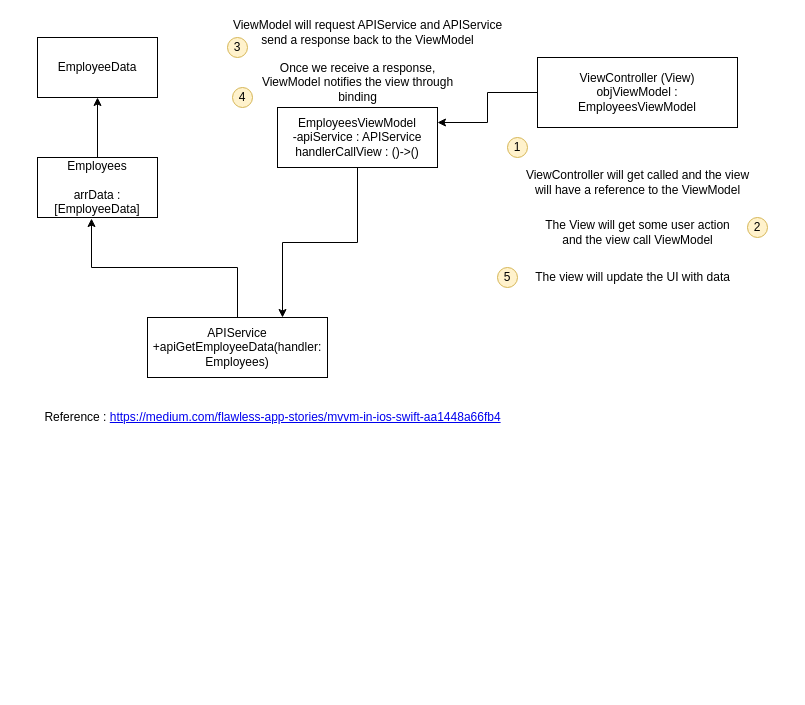
The draw.io diagram sketch/MVVM_IOS_API.drawio in viktorHbenitez/MEDIUM_MMV_TABLEVIEW, before the edit. Source tidied: cells renumbered, new cells numbered last; positions are measured from the earlier drawing's top-left corner, leaving out a move shared by most shapes. Both pictures are drawn from the tidied source at 100%, with x=0, y=0 at pixel (37, 17).
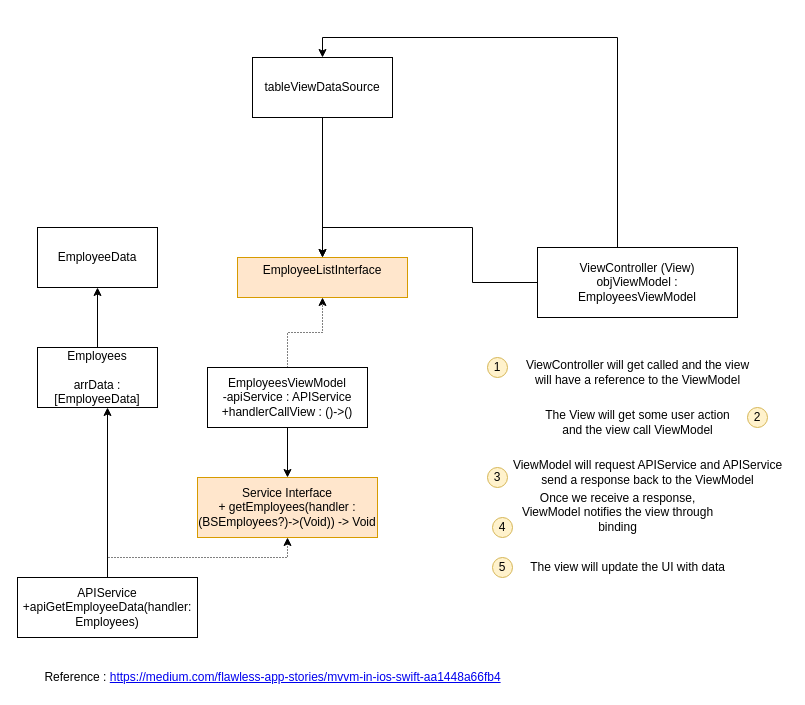
Above is the later version.

Change to the diagram source:
```diff
@@
     <mxCell id="3" value="Employees&lt;br&gt;&lt;br&gt;arrData : [EmployeeData]" style="whiteSpace=wrap;html=1;" parent="1" vertex="1">
-      <mxGeometry y="140" width="120" height="60" as="geometry" />
+      <mxGeometry y="330" width="120" height="60" as="geometry" />
     </mxCell>
     <mxCell id="4" value="EmployeeData" style="whiteSpace=wrap;html=1;" parent="1" vertex="1">
-      <mxGeometry y="20" width="120" height="60" as="geometry" />
+      <mxGeometry y="210" width="120" height="60" as="geometry" />
     </mxCell>
-    <mxCell id="5" style="edgeStyle=orthogonalEdgeStyle;rounded=0;jettySize=auto;html=1;entryX=0.75;entryY=0;entryDx=0;entryDy=0;" parent="1" edge="1" source="6" target="8">
-      <mxGeometry relative="1" as="geometry" />
-    </mxCell>
+    <mxCell id="22" style="edgeStyle=orthogonalEdgeStyle;rounded=0;jettySize=auto;html=1;" parent="1" edge="1" source="6" target="26">
+      <mxGeometry relative="1" as="geometry" />
+    </mxCell>
+    <mxCell id="23" style="edgeStyle=orthogonalEdgeStyle;rounded=0;jettySize=auto;html=1;dashed=1;dashPattern=1 2;" parent="1" edge="1" source="6" target="27">
+      <mxGeometry relative="1" as="geometry" />
+    </mxCell>
-    <mxCell id="6" value="EmployeesViewModel&lt;br&gt;-apiService : APIService&lt;br&gt;handlerCallView : ()-&amp;gt;()" style="whiteSpace=wrap;html=1;" parent="1" vertex="1">
-      <mxGeometry x="240" y="90" width="160" height="60" as="geometry" />
+    <mxCell id="6" value="EmployeesViewModel&lt;br&gt;-apiService : APIService&lt;br&gt;+handlerCallView : ()-&amp;gt;()" style="whiteSpace=wrap;html=1;" parent="1" vertex="1">
+      <mxGeometry x="170" y="350" width="160" height="60" as="geometry" />
     </mxCell>
+    <mxCell id="24" style="edgeStyle=orthogonalEdgeStyle;rounded=0;jettySize=auto;html=1;entryX=0.5;entryY=1;entryDx=0;entryDy=0;dashed=1;dashPattern=1 2;" parent="1" edge="1" source="8" target="26">
+      <mxGeometry relative="1" as="geometry" />
+    </mxCell>
-    <mxCell id="7" style="edgeStyle=orthogonalEdgeStyle;rounded=0;jettySize=auto;html=1;entryX=0.45;entryY=1.017;entryDx=0;entryDy=0;entryPerimeter=0;" parent="1" edge="1" source="8" target="3">
-      <mxGeometry relative="1" as="geometry" />
+    <mxCell id="7" style="edgeStyle=orthogonalEdgeStyle;rounded=0;jettySize=auto;html=1;" parent="1" edge="1" source="8" target="3">
+      <mxGeometry relative="1" as="geometry">
+        <Array as="points">
+          <mxPoint x="60" y="590" />
+        </Array>
+      </mxGeometry>
     </mxCell>
     <mxCell id="8" value="APIService&lt;br&gt;+apiGetEmployeeData(handler: Employees)" style="whiteSpace=wrap;html=1;" parent="1" vertex="1">
-      <mxGeometry x="110" y="300" width="180" height="60" as="geometry" />
+      <mxGeometry x="-20" y="560" width="180" height="60" as="geometry" />
     </mxCell>
-    <mxCell id="9" style="edgeStyle=orthogonalEdgeStyle;rounded=0;jettySize=auto;html=1;entryX=1;entryY=0.25;entryDx=0;entryDy=0;" parent="1" edge="1" source="10" target="6">
+    <mxCell id="9" style="edgeStyle=orthogonalEdgeStyle;rounded=0;jettySize=auto;html=1;entryX=0.5;entryY=0;entryDx=0;entryDy=0;" parent="1" edge="1" source="10" target="27">
       <mxGeometry relative="1" as="geometry" />
     </mxCell>
+    <mxCell id="25" style="edgeStyle=orthogonalEdgeStyle;rounded=0;jettySize=auto;html=1;entryX=0.5;entryY=0;entryDx=0;entryDy=0;" parent="1" edge="1" source="10" target="29">
+      <mxGeometry relative="1" as="geometry">
+        <Array as="points">
+          <mxPoint x="580" y="20" />
+          <mxPoint x="285" y="20" />
+        </Array>
+      </mxGeometry>
+    </mxCell>
     <mxCell id="10" value="ViewController (View)&lt;br&gt;objViewModel : EmployeesViewModel" style="whiteSpace=wrap;html=1;" parent="1" vertex="1">
-      <mxGeometry x="500" y="40" width="200" height="70" as="geometry" />
+      <mxGeometry x="500" y="230" width="200" height="70" as="geometry" />
     </mxCell>
     <mxCell id="11" value="ViewController will get called and the view &lt;br&gt;will have a reference to the ViewModel" style="text;html=1;align=center;verticalAlign=middle;" parent="1" vertex="1">
-      <mxGeometry x="480" y="150" width="240" height="30" as="geometry" />
+      <mxGeometry x="480" y="340" width="240" height="30" as="geometry" />
     </mxCell>
     <mxCell id="12" value="The View will get some user action &lt;br&gt;and the view call ViewModel" style="text;html=1;align=center;verticalAlign=middle;" parent="1" vertex="1">
-      <mxGeometry x="500" y="200" width="200" height="30" as="geometry" />
+      <mxGeometry x="500" y="390" width="200" height="30" as="geometry" />
     </mxCell>
     <mxCell id="13" value="ViewModel will request APIService and APIService &lt;br&gt;send a response back to the ViewModel" style="text;html=1;align=center;verticalAlign=middle;" parent="1" vertex="1">
-      <mxGeometry x="190" width="280" height="30" as="geometry" />
+      <mxGeometry x="470" y="440" width="280" height="30" as="geometry" />
     </mxCell>
     <mxCell id="14" value="Once we receive a response,&lt;br&gt;ViewModel notifies the view through&lt;br&gt;binding" style="text;html=1;align=center;verticalAlign=middle;" parent="1" vertex="1">
-      <mxGeometry x="215" y="40" width="210" height="50" as="geometry" />
+      <mxGeometry x="475" y="470" width="210" height="50" as="geometry" />
     </mxCell>
     <mxCell id="15" value="The view will update the UI with data" style="text;html=1;align=center;verticalAlign=middle;" parent="1" vertex="1">
-      <mxGeometry x="490" y="250" width="210" height="20" as="geometry" />
+      <mxGeometry x="485" y="540" width="210" height="20" as="geometry" />
     </mxCell>
     <mxCell id="16" value="1" style="ellipse;whiteSpace=wrap;html=1;fillColor=#fff2cc;strokeColor=#d6b656;" parent="1" vertex="1">
-      <mxGeometry x="470" y="120" width="20" height="20" as="geometry" />
+      <mxGeometry x="450" y="340" width="20" height="20" as="geometry" />
     </mxCell>
     <mxCell id="17" value="2" style="ellipse;whiteSpace=wrap;html=1;fillColor=#fff2cc;strokeColor=#d6b656;" parent="1" vertex="1">
-      <mxGeometry x="710" y="200" width="20" height="20" as="geometry" />
+      <mxGeometry x="710" y="390" width="20" height="20" as="geometry" />
     </mxCell>
     <mxCell id="18" value="3" style="ellipse;whiteSpace=wrap;html=1;fillColor=#fff2cc;strokeColor=#d6b656;" parent="1" vertex="1">
-      <mxGeometry x="190" y="20" width="20" height="20" as="geometry" />
+      <mxGeometry x="450" y="450" width="20" height="20" as="geometry" />
     </mxCell>
     <mxCell id="19" value="4" style="ellipse;whiteSpace=wrap;html=1;fillColor=#fff2cc;strokeColor=#d6b656;" parent="1" vertex="1">
-      <mxGeometry x="195" y="70" width="20" height="20" as="geometry" />
+      <mxGeometry x="455" y="500" width="20" height="20" as="geometry" />
     </mxCell>
     <mxCell id="20" value="5" style="ellipse;whiteSpace=wrap;html=1;fillColor=#fff2cc;strokeColor=#d6b656;" parent="1" vertex="1">
-      <mxGeometry x="460" y="250" width="20" height="20" as="geometry" />
+      <mxGeometry x="455" y="540" width="20" height="20" as="geometry" />
     </mxCell>
     <mxCell id="21" value="Reference :&amp;nbsp;&lt;a href=&quot;https://medium.com/flawless-app-stories/mvvm-in-ios-swift-aa1448a66fb4&quot;&gt;https://medium.com/flawless-app-stories/mvvm-in-ios-swift-aa1448a66fb4&lt;/a&gt;" style="text;html=1;align=center;verticalAlign=middle;" parent="1" vertex="1">
-      <mxGeometry y="390" width="470" height="20" as="geometry" />
+      <mxGeometry y="650" width="470" height="20" as="geometry" />
     </mxCell>
+    <mxCell id="26" value="Service Interface&lt;br&gt;+ getEmployees(handler :(BSEmployees?)-&amp;gt;(Void)) -&amp;gt; Void" style="whiteSpace=wrap;html=1;fillColor=#ffe6cc;strokeColor=#d79b00;" parent="1" vertex="1">
+      <mxGeometry x="160" y="460" width="180" height="60" as="geometry" />
+    </mxCell>
+    <mxCell id="27" value="EmployeeListInterface&lt;br&gt;&lt;div&gt;&amp;nbsp;&lt;br&gt;&lt;/div&gt;" style="whiteSpace=wrap;html=1;fillColor=#ffe6cc;strokeColor=#d79b00;" parent="1" vertex="1">
+      <mxGeometry x="200" y="240" width="170" height="40" as="geometry" />
+    </mxCell>
+    <mxCell id="28" style="edgeStyle=orthogonalEdgeStyle;rounded=0;jettySize=auto;html=1;entryX=0.5;entryY=0;entryDx=0;entryDy=0;" parent="1" edge="1" source="29" target="27">
+      <mxGeometry relative="1" as="geometry" />
+    </mxCell>
+    <mxCell id="29" value="tableViewDataSource" style="whiteSpace=wrap;html=1;" parent="1" vertex="1">
+      <mxGeometry x="215" y="40" width="140" height="60" as="geometry" />
+    </mxCell>
```
